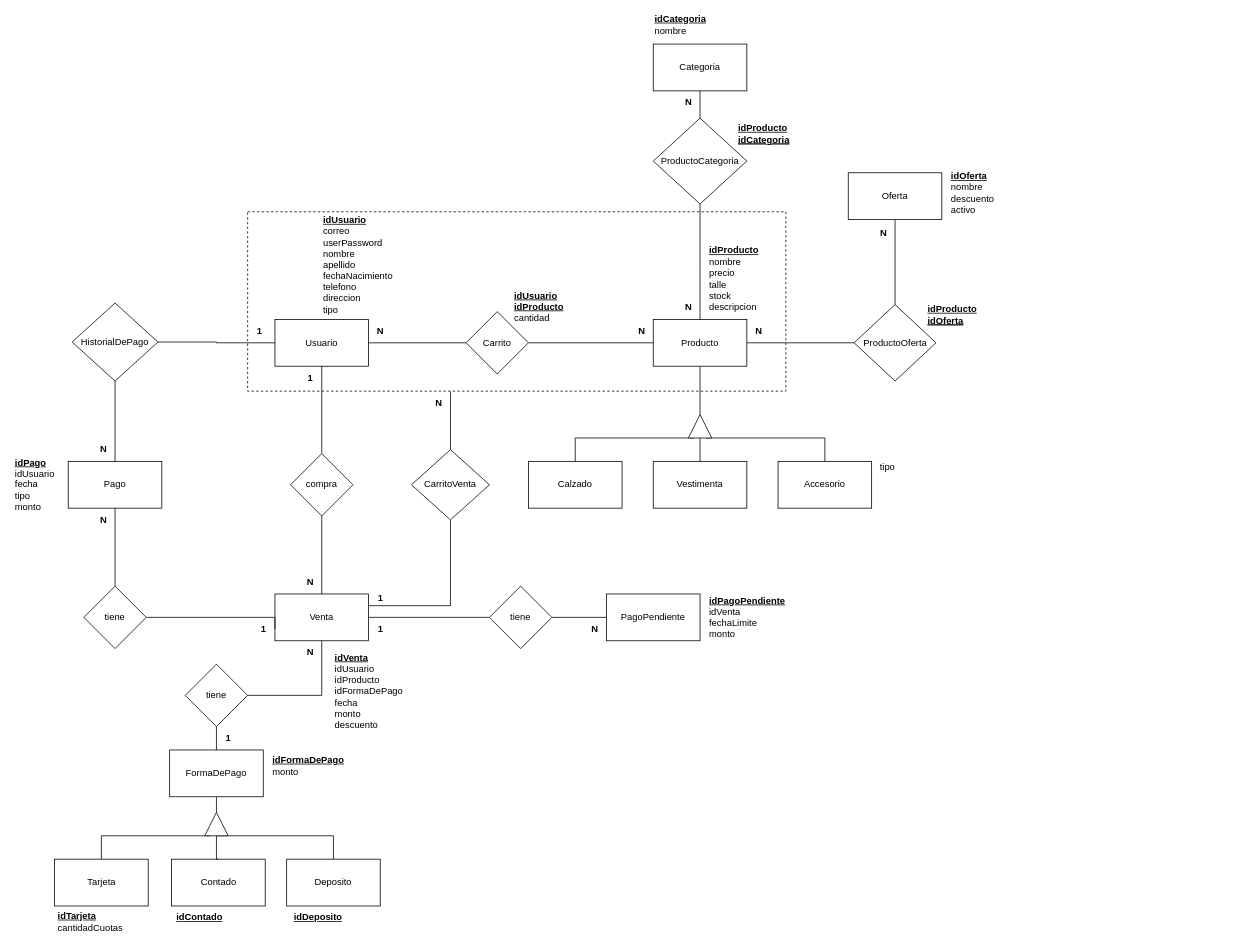
YolausGG/ProyectosReact-TrocheGodoy keeps this draw.io diagram as documentacion-Ecommerce/MEREcommerce.drawio. Above is the earlier version. Source tidied: cells renumbered, new cells numbered last; positions are measured from the earlier drawing's top-left corner, leaving out a move shared by most shapes. Both pictures are drawn from the tidied source at 78%, with x=0, y=0 at pixel (13, 16).
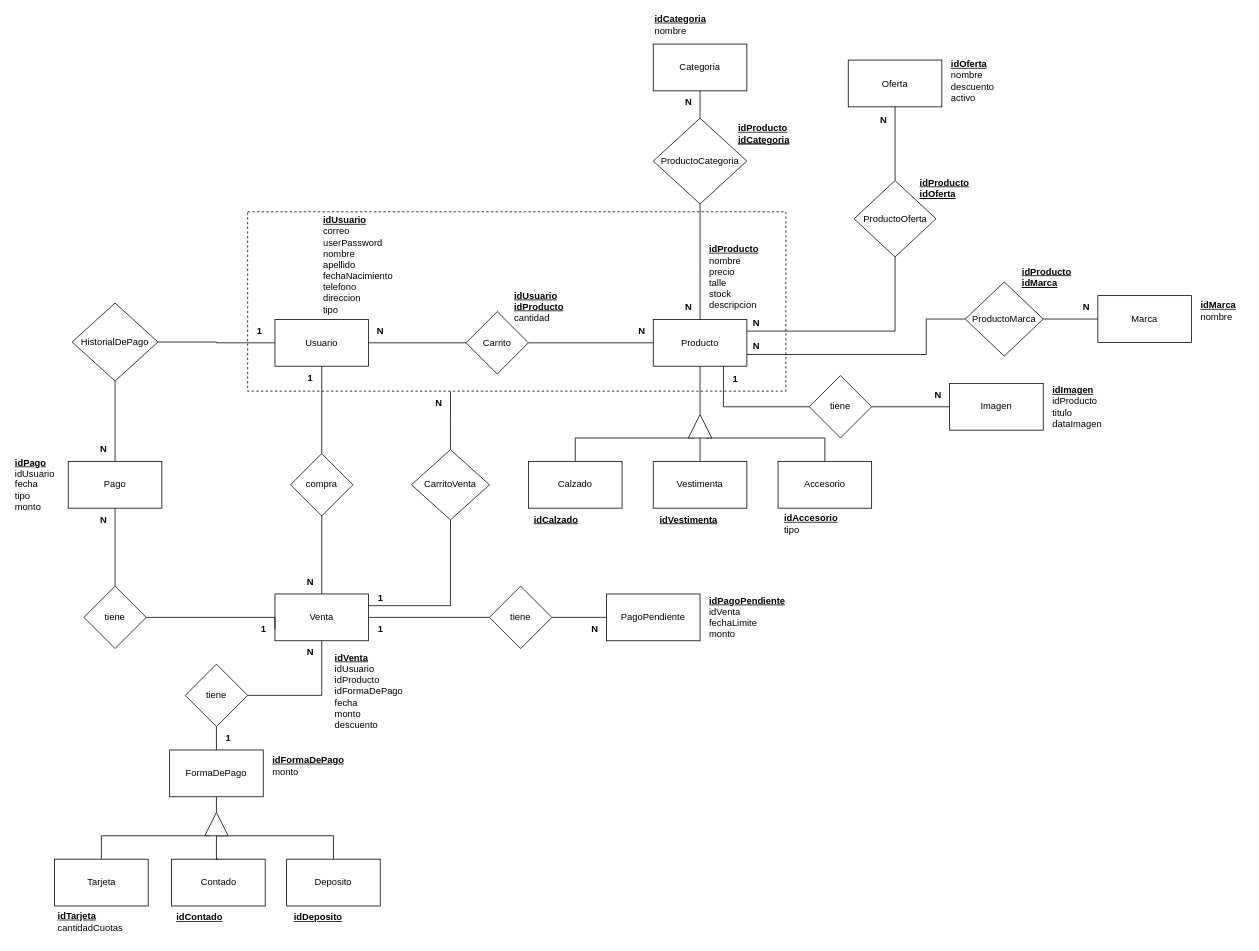
After the change.

Commit message (it also covers changes not shown here):
Arreglos, add Marca e Imagen en Mer

The change refers to these unchanged cells:
```xml
<mxCell id="4" value="Producto" style="rounded=0;whiteSpace=wrap;html=1;" parent="1" vertex="1">
  <mxGeometry x="820" y="388" width="120" height="60" as="geometry" />
</mxCell>
```

Diff of the diagram source:
```diff
@@
-    <mxCell id="3" style="edgeStyle=orthogonalEdgeStyle;rounded=0;jettySize=auto;html=1;entryX=0;entryY=0.5;entryDx=0;entryDy=0;endArrow=none;endFill=0;" parent="1" edge="1" source="4" target="63">
+    <mxCell id="3" style="edgeStyle=orthogonalEdgeStyle;rounded=0;jettySize=auto;html=1;entryX=0.5;entryY=1;entryDx=0;entryDy=0;endArrow=none;endFill=0;exitX=1;exitY=0.25;exitDx=0;exitDy=0;" parent="1" edge="1" source="4" target="63">
       <mxGeometry relative="1" as="geometry" />
     </mxCell>
+    <mxCell id="88" style="edgeStyle=orthogonalEdgeStyle;rounded=0;jettySize=auto;html=1;exitX=1;exitY=0.5;exitDx=0;exitDy=0;entryX=0;entryY=0.5;entryDx=0;entryDy=0;endArrow=none;endFill=0;" parent="1" edge="1" source="92" target="90">
+      <mxGeometry relative="1" as="geometry" />
+    </mxCell>
+    <mxCell id="89" style="edgeStyle=orthogonalEdgeStyle;rounded=0;jettySize=auto;html=1;exitX=1;exitY=0.75;exitDx=0;exitDy=0;endArrow=none;endFill=0;entryX=0;entryY=0.5;entryDx=0;entryDy=0;" parent="1" edge="1" source="4" target="100">
+      <mxGeometry relative="1" as="geometry">
+        <Array as="points">
+          <mxPoint x="1170" y="433" />
+          <mxPoint x="1170" y="388" />
+          <mxPoint x="1220" y="388" />
+        </Array>
+      </mxGeometry>
+    </mxCell>
@@
     <mxCell id="34" value="&lt;b style=&quot;border-color: var(--border-color); text-align: center;&quot;&gt;&lt;u style=&quot;border-color: var(--border-color);&quot;&gt;&lt;font style=&quot;border-color: var(--border-color);&quot;&gt;idProducto&lt;/font&gt;&lt;/u&gt;&lt;/b&gt;&lt;span style=&quot;font-weight: normal;&quot;&gt;&lt;br&gt;nombre&lt;br&gt;precio&lt;br&gt;&lt;div style=&quot;&quot;&gt;&lt;span style=&quot;background-color: initial;&quot;&gt;talle&lt;/span&gt;&lt;/div&gt;stock&lt;br&gt;descripcion&lt;br&gt;&lt;/span&gt;" style="text;html=1;strokeColor=none;fillColor=none;align=left;verticalAlign=middle;whiteSpace=wrap;rounded=0;fontStyle=1;" parent="1" vertex="1">
-      <mxGeometry x="890" y="292" width="70" height="88" as="geometry" />
+      <mxGeometry x="890" y="290" width="70" height="88" as="geometry" />
     </mxCell>
@@
-    <mxCell id="42" value="tipo" style="text;html=1;align=center;verticalAlign=middle;strokeColor=none;fillColor=none;" parent="1" vertex="1">
-      <mxGeometry x="1100" y="562" width="40" height="30" as="geometry" />
-    </mxCell>
@@
     <mxCell id="60" value="Oferta" style="whiteSpace=wrap;html=1;" parent="1" vertex="1">
-      <mxGeometry x="1070" y="200" width="120" height="60" as="geometry" />
+      <mxGeometry x="1070" y="55.5" width="120" height="60" as="geometry" />
     </mxCell>
     <mxCell id="61" value="&lt;b style=&quot;border-color: var(--border-color); text-align: center;&quot;&gt;&lt;u style=&quot;border-color: var(--border-color);&quot;&gt;&lt;font style=&quot;border-color: var(--border-color);&quot;&gt;idOferta&lt;br&gt;&lt;/font&gt;&lt;/u&gt;&lt;/b&gt;&lt;span style=&quot;font-weight: normal;&quot;&gt;nombre&lt;br&gt;descuento&lt;br&gt;&lt;/span&gt;&lt;span style=&quot;font-weight: normal;&quot;&gt;activo&lt;br&gt;&lt;/span&gt;" style="text;html=1;strokeColor=none;fillColor=none;align=left;verticalAlign=middle;whiteSpace=wrap;rounded=0;fontStyle=1;" parent="1" vertex="1">
-      <mxGeometry x="1200" y="192" width="70" height="68" as="geometry" />
+      <mxGeometry x="1200" y="47.5" width="70" height="68" as="geometry" />
     </mxCell>
@@
     <mxCell id="63" value="ProductoOferta" style="rhombus;whiteSpace=wrap;html=1;" parent="1" vertex="1">
-      <mxGeometry x="1077.5" y="369" width="105" height="98" as="geometry" />
+      <mxGeometry x="1077.5" y="210" width="105" height="98" as="geometry" />
     </mxCell>
     <mxCell id="64" value="N" style="text;html=1;align=center;verticalAlign=middle;strokeColor=none;fillColor=none;fontStyle=1;" parent="1" vertex="1">
-      <mxGeometry x="940" y="388" width="30" height="30" as="geometry" />
+      <mxGeometry x="937" y="378" width="30" height="30" as="geometry" />
     </mxCell>
     <mxCell id="65" value="N" style="text;html=1;align=center;verticalAlign=middle;strokeColor=none;fillColor=none;fontStyle=1;" parent="1" vertex="1">
-      <mxGeometry x="1100" y="262" width="30" height="30" as="geometry" />
+      <mxGeometry x="1100" y="117.5" width="30" height="30" as="geometry" />
     </mxCell>
     <mxCell id="66" value="&lt;div style=&quot;&quot;&gt;&lt;div style=&quot;border-color: var(--border-color);&quot;&gt;&lt;b style=&quot;background-color: initial; border-color: var(--border-color);&quot;&gt;&lt;u style=&quot;border-color: var(--border-color);&quot;&gt;&lt;font style=&quot;border-color: var(--border-color);&quot;&gt;idProducto&lt;/font&gt;&lt;/u&gt;&lt;/b&gt;&lt;br&gt;&lt;/div&gt;&lt;div style=&quot;border-color: var(--border-color);&quot;&gt;&lt;b style=&quot;background-color: initial; border-color: var(--border-color);&quot;&gt;&lt;u style=&quot;border-color: var(--border-color);&quot;&gt;&lt;font style=&quot;border-color: var(--border-color);&quot;&gt;&lt;b style=&quot;border-color: var(--border-color);&quot;&gt;&lt;u style=&quot;border-color: var(--border-color);&quot;&gt;idOferta&lt;/u&gt;&lt;/b&gt;&lt;br&gt;&lt;/font&gt;&lt;/u&gt;&lt;/b&gt;&lt;/div&gt;&lt;/div&gt;" style="text;html=1;strokeColor=none;fillColor=none;align=left;verticalAlign=middle;whiteSpace=wrap;rounded=0;" parent="1" vertex="1">
-      <mxGeometry x="1170" y="372" width="50" height="20" as="geometry" />
+      <mxGeometry x="1160" y="210" width="50" height="20" as="geometry" />
     </mxCell>
@@
+    <mxCell id="90" value="Imagen" style="rounded=0;whiteSpace=wrap;html=1;" parent="1" vertex="1">
+      <mxGeometry x="1200" y="470" width="120" height="60" as="geometry" />
+    </mxCell>
+    <mxCell id="91" style="edgeStyle=orthogonalEdgeStyle;rounded=0;jettySize=auto;html=1;exitX=0.75;exitY=1;exitDx=0;exitDy=0;entryX=0;entryY=0.5;entryDx=0;entryDy=0;endArrow=none;endFill=0;" parent="1" edge="1" source="4" target="92">
+      <mxGeometry relative="1" as="geometry" />
+    </mxCell>
+    <mxCell id="92" value="tiene" style="rhombus;whiteSpace=wrap;html=1;" parent="1" vertex="1">
+      <mxGeometry x="1020" y="460" width="80" height="80" as="geometry" />
+    </mxCell>
+    <mxCell id="93" value="1" style="text;html=1;align=center;verticalAlign=middle;strokeColor=none;fillColor=none;fontStyle=1;" parent="1" vertex="1">
+      <mxGeometry x="910" y="450" width="30" height="30" as="geometry" />
+    </mxCell>
+    <mxCell id="94" value="N" style="text;html=1;align=center;verticalAlign=middle;strokeColor=none;fillColor=none;fontStyle=1;" parent="1" vertex="1">
+      <mxGeometry x="1170" y="470" width="30" height="30" as="geometry" />
+    </mxCell>
+    <mxCell id="95" value="&lt;b style=&quot;border-color: var(--border-color); text-align: center;&quot;&gt;&lt;u style=&quot;border-color: var(--border-color);&quot;&gt;&lt;font style=&quot;border-color: var(--border-color);&quot;&gt;idImagen&lt;br&gt;&lt;/font&gt;&lt;/u&gt;&lt;/b&gt;&lt;span style=&quot;font-weight: normal;&quot;&gt;idProducto&lt;br&gt;titulo&lt;br&gt;dataImagen&lt;/span&gt;&lt;span style=&quot;font-weight: normal;&quot;&gt;&lt;br&gt;&lt;/span&gt;" style="text;html=1;strokeColor=none;fillColor=none;align=left;verticalAlign=middle;whiteSpace=wrap;rounded=0;fontStyle=1;" parent="1" vertex="1">
+      <mxGeometry x="1330" y="466" width="70" height="68" as="geometry" />
+    </mxCell>
+    <mxCell id="96" value="Marca" style="rounded=0;whiteSpace=wrap;html=1;" parent="1" vertex="1">
+      <mxGeometry x="1390" y="357.5" width="120" height="60" as="geometry" />
+    </mxCell>
+    <mxCell id="97" value="N" style="text;html=1;align=center;verticalAlign=middle;strokeColor=none;fillColor=none;fontStyle=1;" parent="1" vertex="1">
+      <mxGeometry x="1360" y="358" width="30" height="30" as="geometry" />
+    </mxCell>
+    <mxCell id="98" value="&lt;b style=&quot;border-color: var(--border-color); text-align: center;&quot;&gt;&lt;u style=&quot;border-color: var(--border-color);&quot;&gt;&lt;font style=&quot;border-color: var(--border-color);&quot;&gt;idMarca&lt;br&gt;&lt;/font&gt;&lt;/u&gt;&lt;/b&gt;&lt;span style=&quot;font-weight: normal;&quot;&gt;nombre&lt;br&gt;&lt;/span&gt;" style="text;html=1;strokeColor=none;fillColor=none;align=left;verticalAlign=middle;whiteSpace=wrap;rounded=0;fontStyle=1;" parent="1" vertex="1">
+      <mxGeometry x="1520" y="357.5" width="60" height="38" as="geometry" />
+    </mxCell>
+    <mxCell id="99" style="edgeStyle=orthogonalEdgeStyle;rounded=0;jettySize=auto;html=1;exitX=1;exitY=0.5;exitDx=0;exitDy=0;entryX=0;entryY=0.5;entryDx=0;entryDy=0;endArrow=none;endFill=0;" parent="1" edge="1" source="100" target="96">
+      <mxGeometry relative="1" as="geometry" />
+    </mxCell>
+    <mxCell id="100" value="ProductoMarca" style="rhombus;whiteSpace=wrap;html=1;" parent="1" vertex="1">
+      <mxGeometry x="1220" y="340" width="100" height="95" as="geometry" />
+    </mxCell>
+    <mxCell id="101" value="N" style="text;html=1;align=center;verticalAlign=middle;strokeColor=none;fillColor=none;fontStyle=1;" parent="1" vertex="1">
+      <mxGeometry x="937" y="408" width="30" height="30" as="geometry" />
+    </mxCell>
+    <mxCell id="102" value="&lt;div style=&quot;&quot;&gt;&lt;div style=&quot;border-color: var(--border-color);&quot;&gt;&lt;b style=&quot;background-color: initial; border-color: var(--border-color);&quot;&gt;&lt;u style=&quot;border-color: var(--border-color);&quot;&gt;&lt;font style=&quot;border-color: var(--border-color);&quot;&gt;idProducto&lt;/font&gt;&lt;/u&gt;&lt;/b&gt;&lt;br&gt;&lt;/div&gt;&lt;div style=&quot;border-color: var(--border-color);&quot;&gt;&lt;b style=&quot;background-color: initial; border-color: var(--border-color);&quot;&gt;&lt;u style=&quot;border-color: var(--border-color);&quot;&gt;&lt;font style=&quot;border-color: var(--border-color);&quot;&gt;&lt;b style=&quot;border-color: var(--border-color);&quot;&gt;&lt;u style=&quot;border-color: var(--border-color);&quot;&gt;idMarca&lt;/u&gt;&lt;/b&gt;&lt;br&gt;&lt;/font&gt;&lt;/u&gt;&lt;/b&gt;&lt;/div&gt;&lt;/div&gt;" style="text;html=1;strokeColor=none;fillColor=none;align=left;verticalAlign=middle;whiteSpace=wrap;rounded=0;" parent="1" vertex="1">
+      <mxGeometry x="1291" y="324" width="50" height="20" as="geometry" />
+    </mxCell>
+    <mxCell id="103" value="&lt;div style=&quot;text-align: left;&quot;&gt;&lt;span style=&quot;background-color: initial;&quot;&gt;&lt;b&gt;&lt;u&gt;idCalzado&lt;/u&gt;&lt;/b&gt;&lt;/span&gt;&lt;/div&gt;" style="text;html=1;align=center;verticalAlign=middle;strokeColor=none;fillColor=none;" parent="1" vertex="1">
+      <mxGeometry x="655" y="630" width="80" height="30" as="geometry" />
+    </mxCell>
+    <mxCell id="104" value="&lt;div style=&quot;text-align: left;&quot;&gt;&lt;span style=&quot;background-color: initial;&quot;&gt;&lt;b&gt;&lt;u&gt;idVestimenta&lt;/u&gt;&lt;/b&gt;&lt;/span&gt;&lt;/div&gt;" style="text;html=1;align=center;verticalAlign=middle;strokeColor=none;fillColor=none;" parent="1" vertex="1">
+      <mxGeometry x="815" y="630" width="100" height="30" as="geometry" />
+    </mxCell>
+    <mxCell id="105" value="&lt;div style=&quot;text-align: left;&quot;&gt;&lt;span style=&quot;background-color: initial;&quot;&gt;&lt;b&gt;&lt;u&gt;idAccesorio&lt;/u&gt;&lt;/b&gt;&lt;/span&gt;&lt;/div&gt;&lt;div style=&quot;text-align: left;&quot;&gt;tipo&lt;span style=&quot;background-color: initial;&quot;&gt;&lt;b&gt;&lt;u&gt;&lt;br&gt;&lt;/u&gt;&lt;/b&gt;&lt;/span&gt;&lt;/div&gt;" style="text;html=1;align=center;verticalAlign=middle;strokeColor=none;fillColor=none;" parent="1" vertex="1">
+      <mxGeometry x="977" y="630" width="90" height="40" as="geometry" />
+    </mxCell>
```
